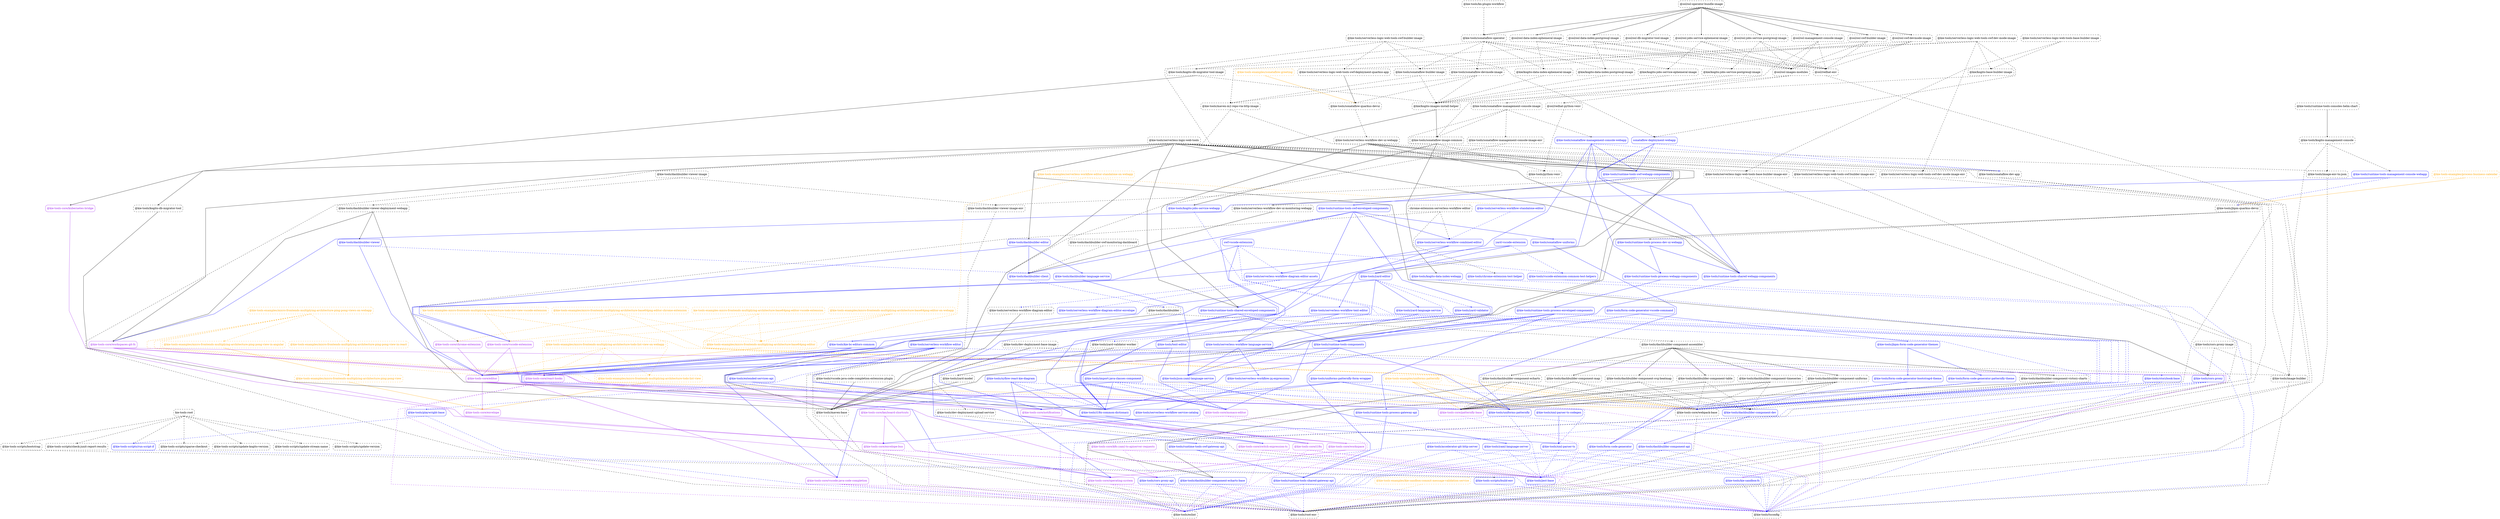
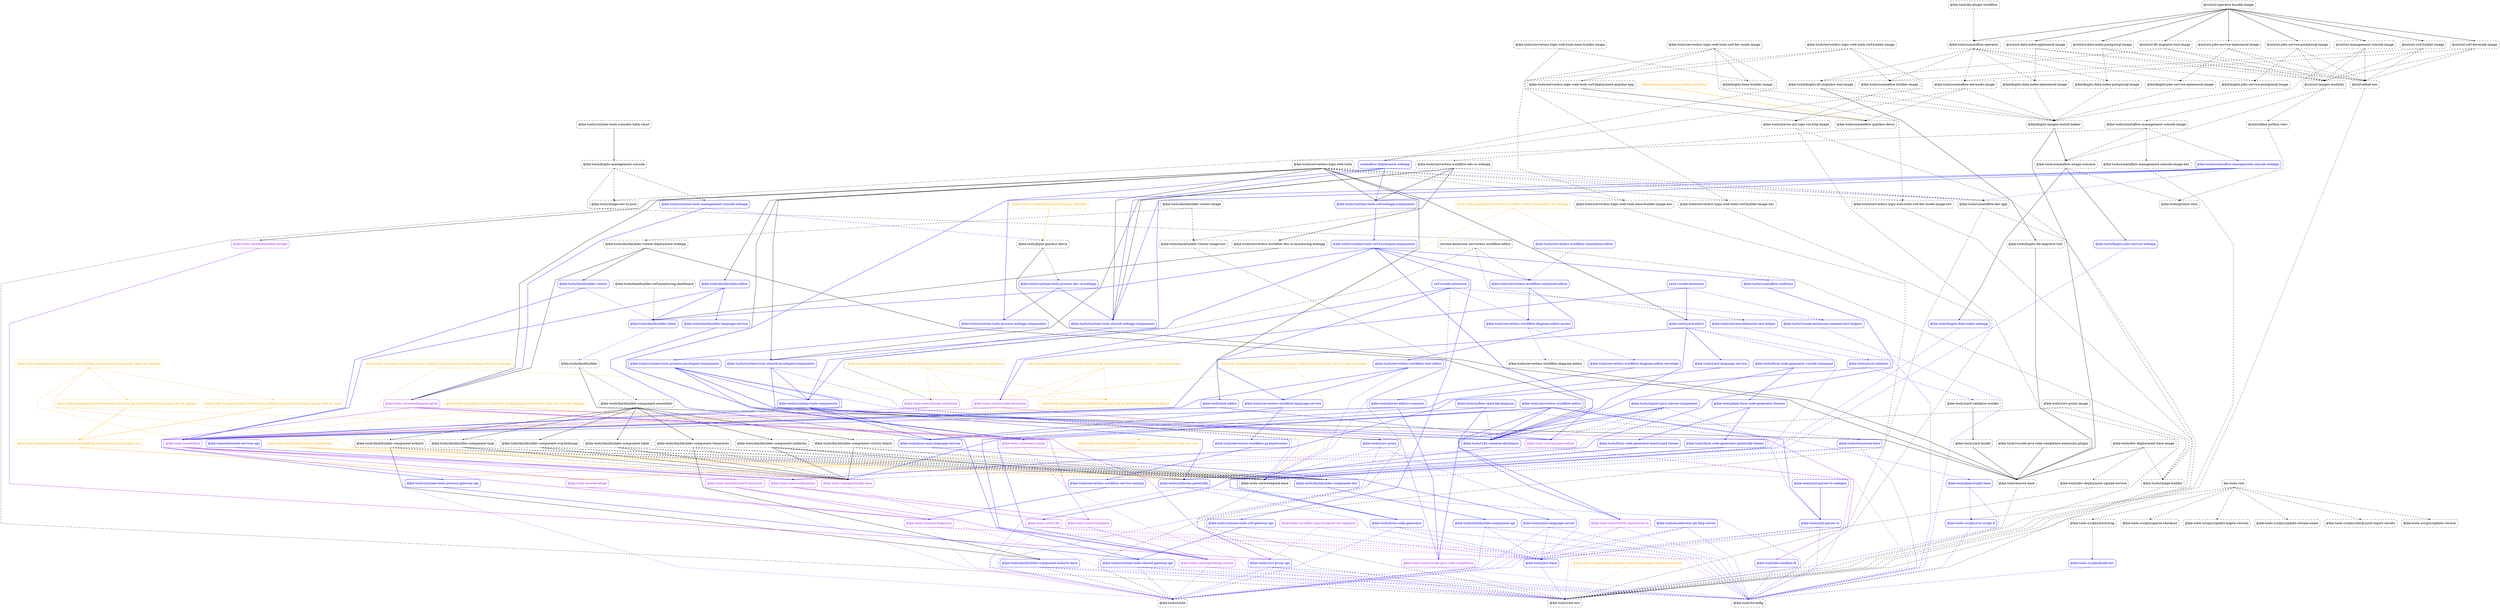
digraph G {
  graph [ ranksep =2, splines = "polyline", rankdir =TB, ordering = "out" ];
  node [ shape =box ];
  edge [ headport = "n", tailport = "s", arrowhead =dot, arrowsize =0.5 ];
  "kie-tools-root" [ color = "black", fontcolor = "black", style = "dashed, rounded" ];
  "@kie-tools-scripts/bootstrap" [ color = "black", fontcolor = "black", style = "dashed, rounded" ];
  "@kie-tools-scripts/check-junit-report-results" [ color = "black", fontcolor = "black", style = "dashed, rounded" ];
  "@kie-tools-scripts/run-script-if" [ color = "blue", fontcolor = "blue", style = "rounded" ];
  "@kie-tools-scripts/sparse-checkout" [ color = "black", fontcolor = "black", style = "dashed, rounded" ];
  "@kie-tools-scripts/update-kogito-version" [ color = "black", fontcolor = "black", style = "dashed, rounded" ];
  "@kie-tools-scripts/update-stream-name" [ color = "black", fontcolor = "black", style = "dashed, rounded" ];
  "@kie-tools-scripts/update-version" [ color = "black", fontcolor = "black", style = "dashed, rounded" ];
  "@kie-tools-examples/kie-sandbox-commit-message-validation-service" [ color = "orange", fontcolor = "orange", style = "dashed, rounded" ];
  "@kie-tools/root-env" [ color = "black", fontcolor = "black", style = "dashed, rounded" ];
  "@kie-tools-examples/micro-frontends-multiplying-architecture-base64png-editor" [ color = "orange", fontcolor = "orange", style = "dashed, rounded" ];
  "@kie-tools-core/editor" [ color = "purple", fontcolor = "purple", style = "rounded" ];
  "@kie-tools-examples/micro-frontends-multiplying-architecture-base64png-editor-chrome-extension" [ color = "orange", fontcolor = "orange", style = "dashed, rounded" ];
  "@kie-tools-core/chrome-extension" [ color = "purple", fontcolor = "purple", style = "rounded" ];
  "@kie-tools-core/webpack-base" [ color = "black", fontcolor = "black", style = "dashed, rounded" ];
  "@kie-tools-examples/micro-frontends-multiplying-architecture-base64png-editor-on-webapp" [ color = "orange", fontcolor = "orange", style = "dashed, rounded" ];
  "@kie-tools-core/react-hooks" [ color = "purple", fontcolor = "purple", style = "rounded" ];
  "kie-tools-examples-micro-frontends-multiplying-architecture-base64png-editor-vscode-extension" [ color = "orange", fontcolor = "orange", style = "dashed, rounded" ];
  "@kie-tools-core/vscode-extension" [ color = "purple", fontcolor = "purple", style = "rounded" ];
  "@kie-tools-examples/micro-frontends-multiplying-architecture-ping-pong-view" [ color = "orange", fontcolor = "orange", style = "dashed, rounded" ];
  "@kie-tools-core/envelope" [ color = "purple", fontcolor = "purple", style = "rounded" ];
  "@kie-tools-examples/micro-frontends-multiplying-architecture-ping-pong-view-in-angular" [ color = "orange", fontcolor = "orange", style = "dashed, rounded" ];
  "@kie-tools-examples/micro-frontends-multiplying-architecture-ping-pong-view-in-react" [ color = "orange", fontcolor = "orange", style = "dashed, rounded" ];
  "@kie-tools-examples/micro-frontends-multiplying-architecture-ping-pong-views-on-webapp" [ color = "orange", fontcolor = "orange", style = "dashed, rounded" ];
  "@kie-tools-examples/micro-frontends-multiplying-architecture-todo-list-view" [ color = "orange", fontcolor = "orange", style = "dashed, rounded" ];
  "@kie-tools-examples/micro-frontends-multiplying-architecture-todo-list-view-on-webapp" [ color = "orange", fontcolor = "orange", style = "dashed, rounded" ];
  "kie-tools-examples-micro-frontends-multiplying-architecture-todo-list-view-vscode-extension" [ color = "orange", fontcolor = "orange", style = "dashed, rounded" ];
  "@kie-tools-examples/process-business-calendar" [ color = "orange", fontcolor = "orange", style = "dashed, rounded" ];
  "@kie-tools/jbpm-quarkus-devui" [ color = "black", fontcolor = "black", style = "dashed, rounded" ];
  "@kie-tools-examples/serverless-workflow-editor-standalone-on-webapp" [ color = "orange", fontcolor = "orange", style = "dashed, rounded" ];
  "@kie-tools/serverless-workflow-standalone-editor" [ color = "blue", fontcolor = "blue", style = "rounded" ];
  "@kie-tools-examples/sonataflow-greeting" [ color = "orange", fontcolor = "orange", style = "dashed, rounded" ];
  "@kie-tools/sonataflow-quarkus-devui" [ color = "black", fontcolor = "black", style = "dashed, rounded" ];
  "@kie-tools-examples/uniforms-patternfly" [ color = "orange", fontcolor = "orange", style = "dashed, rounded" ];
  "@kie-tools-core/patternfly-base" [ color = "purple", fontcolor = "purple", style = "rounded" ];
  "@kie-tools/uniforms-patternfly" [ color = "blue", fontcolor = "blue", style = "rounded" ];
  "@kie-tools/accelerator-git-http-server" [ color = "blue", fontcolor = "blue", style = "rounded" ];
  "@kie-tools/eslint" [ color = "black", fontcolor = "black", style = "dashed, rounded" ];
  "@kie-tools/jest-base" [ color = "blue", fontcolor = "blue", style = "rounded" ];
  "@kie-tools/tsconfig" [ color = "black", fontcolor = "black", style = "dashed, rounded" ];
  "chrome-extension-serverless-workflow-editor" [ color = "black", fontcolor = "black", style = "dashed, rounded" ];
  "@kie-tools/chrome-extension-test-helper" [ color = "blue", fontcolor = "blue", style = "rounded" ];
  "@kie-tools/serverless-workflow-combined-editor" [ color = "blue", fontcolor = "blue", style = "rounded" ];
  "@kie-tools/cors-proxy" [ color = "blue", fontcolor = "blue", style = "rounded" ];
  "@kie-tools/cors-proxy-api" [ color = "blue", fontcolor = "blue", style = "rounded" ];
  "@kie-tools/cors-proxy-image" [ color = "black", fontcolor = "black", style = "dashed, rounded" ];
  "@kie-tools/image-builder" [ color = "black", fontcolor = "black", style = "dashed, rounded" ];
  "@kie-tools/dashbuilder" [ color = "black", fontcolor = "black", style = "dashed, rounded" ];
  "@kie-tools/maven-base" [ color = "black", fontcolor = "black", style = "dashed, rounded" ];
  "@kie-tools/dashbuilder-component-assembler" [ color = "black", fontcolor = "black", style = "dashed, rounded" ];
  "@kie-tools/dashbuilder-client" [ color = "blue", fontcolor = "blue", style = "rounded" ];
  "@kie-tools/dashbuilder-component-api" [ color = "blue", fontcolor = "blue", style = "rounded" ];
  "@kie-tools/dashbuilder-component-echarts" [ color = "black", fontcolor = "black", style = "dashed, rounded" ];
  "@kie-tools/dashbuilder-component-map" [ color = "black", fontcolor = "black", style = "dashed, rounded" ];
  "@kie-tools/dashbuilder-component-svg-heatmap" [ color = "black", fontcolor = "black", style = "dashed, rounded" ];
  "@kie-tools/dashbuilder-component-table" [ color = "black", fontcolor = "black", style = "dashed, rounded" ];
  "@kie-tools/dashbuilder-component-timeseries" [ color = "black", fontcolor = "black", style = "dashed, rounded" ];
  "@kie-tools/dashbuilder-component-uniforms" [ color = "black", fontcolor = "black", style = "dashed, rounded" ];
  "@kie-tools/dashbuilder-component-victory-charts" [ color = "black", fontcolor = "black", style = "dashed, rounded" ];
  "@kie-tools/dashbuilder-component-dev" [ color = "blue", fontcolor = "blue", style = "rounded" ];
  "@kie-tools/dashbuilder-component-echarts-base" [ color = "blue", fontcolor = "blue", style = "rounded" ];
  "@kie-tools/dashbuilder-editor" [ color = "blue", fontcolor = "blue", style = "rounded" ];
  "@kie-tools/dashbuilder-language-service" [ color = "blue", fontcolor = "blue", style = "rounded" ];
  "@kie-tools/json-yaml-language-service" [ color = "blue", fontcolor = "blue", style = "rounded" ];
  "@kie-tools/dashbuilder-swf-monitoring-dashboard" [ color = "black", fontcolor = "black", style = "dashed, rounded" ];
  "@kie-tools/dashbuilder-viewer" [ color = "blue", fontcolor = "blue", style = "rounded" ];
  "@kie-tools/dashbuilder-viewer-deployment-webapp" [ color = "black", fontcolor = "black", style = "dashed, rounded" ];
  "@kie-tools-core/workspaces-git-fs" [ color = "purple", fontcolor = "purple", style = "rounded" ];
  "@kie-tools/i18n-common-dictionary" [ color = "blue", fontcolor = "blue", style = "rounded" ];
  "@kie-tools/dashbuilder-viewer-image" [ color = "black", fontcolor = "black", style = "dashed, rounded" ];
  "@kie-tools/dashbuilder-viewer-image-env" [ color = "black", fontcolor = "black", style = "dashed, rounded" ];
  "@kie-tools/dev-deployment-base-image" [ color = "black", fontcolor = "black", style = "dashed, rounded" ];
  "@kie-tools/dev-deployment-upload-service" [ color = "black", fontcolor = "black", style = "dashed, rounded" ];
  "@kie-tools-core/keyboard-shortcuts" [ color = "purple", fontcolor = "purple", style = "rounded" ];
  "@kie-tools-core/notifications" [ color = "purple", fontcolor = "purple", style = "rounded" ];
  "@kie-tools-core/envelope-bus" [ color = "purple", fontcolor = "purple", style = "rounded" ];
  "@kie-tools/extended-services-api" [ color = "blue", fontcolor = "blue", style = "rounded" ];
  "@kie-tools/form-code-generator" [ color = "blue", fontcolor = "blue", style = "rounded" ];
  "@kie-tools/form-code-generator-bootstrap4-theme" [ color = "blue", fontcolor = "blue", style = "rounded" ];
  "@kie-tools/form-code-generator-patternfly-theme" [ color = "blue", fontcolor = "blue", style = "rounded" ];
  "@kie-tools/form-code-generator-vscode-command" [ color = "blue", fontcolor = "blue", style = "rounded" ];
  "@kie-tools/jbpm-form-code-generator-themes" [ color = "blue", fontcolor = "blue", style = "rounded" ];
  "@kie-tools-core/i18n" [ color = "purple", fontcolor = "purple", style = "rounded" ];
  "@kie-tools/image-env-to-json" [ color = "black", fontcolor = "black", style = "dashed, rounded" ];
  "@kie-tools/import-java-classes-component" [ color = "blue", fontcolor = "blue", style = "rounded" ];
  "@kie-tools-core/vscode-java-code-completion" [ color = "purple", fontcolor = "purple", style = "rounded" ];
  "@kie-tools-core/monaco-editor" [ color = "purple", fontcolor = "purple", style = "rounded" ];
  "@kie-tools/runtime-tools-process-dev-ui-webapp" [ color = "blue", fontcolor = "blue", style = "rounded" ];
  "@kie-tools/yaml-language-server" [ color = "blue", fontcolor = "blue", style = "rounded" ];
  "@kie-tools-core/k8s-yaml-to-apiserver-requests" [ color = "purple", fontcolor = "purple", style = "rounded" ];
  "@kie-tools-core/operating-system" [ color = "purple", fontcolor = "purple", style = "rounded" ];
  "@kie-tools/kie-bc-editors-common" [ color = "blue", fontcolor = "blue", style = "rounded" ];
  "@kie-tools/kie-sandbox-fs" [ color = "blue", fontcolor = "blue", style = "rounded" ];
  "@kie-tools/kn-plugin-workflow" [ color = "black", fontcolor = "black", style = "dashed, rounded" ];
  "@kie-tools/sonataflow-operator" [ color = "black", fontcolor = "black", style = "dashed, rounded" ];
  "@kie/kogito-base-builder-image" [ color = "black", fontcolor = "black", style = "dashed, rounded" ];
  "@kie/kogito-images-install-helper" [ color = "black", fontcolor = "black", style = "dashed, rounded" ];
  "@kie/kogito-data-index-ephemeral-image" [ color = "black", fontcolor = "black", style = "dashed, rounded" ];
  "@kie/kogito-data-index-postgresql-image" [ color = "black", fontcolor = "black", style = "dashed, rounded" ];
  "@kie-tools/kogito-data-index-webapp" [ color = "blue", fontcolor = "blue", style = "rounded" ];
  "@kie-tools/kogito-db-migrator-tool" [ color = "black", fontcolor = "black", style = "dashed, rounded" ];
  "@kie-tools/kogito-db-migrator-tool-image" [ color = "black", fontcolor = "black", style = "dashed, rounded" ];
  "@kie-tools/sonataflow-image-common" [ color = "black", fontcolor = "black", style = "dashed, rounded" ];
  "@kie/kogito-jobs-service-ephemeral-image" [ color = "black", fontcolor = "black", style = "dashed, rounded" ];
  "@kie/kogito-jobs-service-postgresql-image" [ color = "black", fontcolor = "black", style = "dashed, rounded" ];
  "@kie-tools/kogito-jobs-service-webapp" [ color = "blue", fontcolor = "blue", style = "rounded" ];
  "@kie-tools/kogito-management-console" [ color = "black", fontcolor = "black", style = "dashed, rounded" ];
  "@kie-tools/runtime-tools-management-console-webapp" [ color = "blue", fontcolor = "blue", style = "rounded" ];
  "@kie-tools-core/kubernetes-bridge" [ color = "purple", fontcolor = "purple", style = "rounded" ];
  "@kie-tools/maven-m2-repo-via-http-image" [ color = "black", fontcolor = "black", style = "dashed, rounded" ];
  "@kie-tools-core/workspace" [ color = "purple", fontcolor = "purple", style = "rounded" ];
  "@osl/osl-data-index-ephemeral-image" [ color = "black", fontcolor = "black", style = "dashed, rounded" ];
  "@osl/osl-images-modules" [ color = "black", fontcolor = "black", style = "dashed, rounded" ];
  "@osl/redhat-env" [ color = "black", fontcolor = "black", style = "dashed, rounded" ];
  "@osl/osl-data-index-postgresql-image" [ color = "black", fontcolor = "black", style = "dashed, rounded" ];
  "@osl/osl-db-migrator-tool-image" [ color = "black", fontcolor = "black", style = "dashed, rounded" ];
  "@osl/redhat-python-venv" [ color = "black", fontcolor = "black", style = "dashed, rounded" ];
  "@osl/osl-jobs-service-ephemeral-image" [ color = "black", fontcolor = "black", style = "dashed, rounded" ];
  "@osl/osl-jobs-service-postgresql-image" [ color = "black", fontcolor = "black", style = "dashed, rounded" ];
  "@osl/osl-management-console-image" [ color = "black", fontcolor = "black", style = "dashed, rounded" ];
  "@kie-tools/sonataflow-management-console-image" [ color = "black", fontcolor = "black", style = "dashed, rounded" ];
  "@osl/osl-operator-bundle-image" [ color = "black", fontcolor = "black", style = "dashed, rounded" ];
  "@osl/osl-swf-builder-image" [ color = "black", fontcolor = "black", style = "dashed, rounded" ];
  "@osl/osl-swf-devmode-image" [ color = "black", fontcolor = "black", style = "dashed, rounded" ];
  "@kie-tools/sonataflow-builder-image" [ color = "black", fontcolor = "black", style = "dashed, rounded" ];
  "@kie-tools/sonataflow-devmode-image" [ color = "black", fontcolor = "black", style = "dashed, rounded" ];
  "@kie-tools/playwright-base" [ color = "blue", fontcolor = "blue", style = "rounded" ];
  "@kie-tools/python-venv" [ color = "black", fontcolor = "black", style = "dashed, rounded" ];
  "@kie-tools/runtime-tools-components" [ color = "blue", fontcolor = "blue", style = "rounded" ];
  "@kie-tools/runtime-tools-shared-gateway-api" [ color = "blue", fontcolor = "blue", style = "rounded" ];
  "@kie-tools/runtime-tools-consoles-helm-chart" [ color = "black", fontcolor = "black", style = "dashed, rounded" ];
  "@kie-tools/runtime-tools-process-webapp-components" [ color = "blue", fontcolor = "blue", style = "rounded" ];
  "@kie-tools/runtime-tools-shared-webapp-components" [ color = "blue", fontcolor = "blue", style = "rounded" ];
  "@kie-tools/runtime-tools-process-enveloped-components" [ color = "blue", fontcolor = "blue", style = "rounded" ];
  "@kie-tools/runtime-tools-process-gateway-api" [ color = "blue", fontcolor = "blue", style = "rounded" ];
  "@kie-tools/runtime-tools-shared-enveloped-components" [ color = "blue", fontcolor = "blue", style = "rounded" ];
  "@kie-tools/runtime-tools-swf-enveloped-components" [ color = "blue", fontcolor = "blue", style = "rounded" ];
  "@kie-tools/runtime-tools-swf-gateway-api" [ color = "blue", fontcolor = "blue", style = "rounded" ];
  "@kie-tools/sonataflow-uniforms" [ color = "blue", fontcolor = "blue", style = "rounded" ];
  "@kie-tools/runtime-tools-swf-webapp-components" [ color = "blue", fontcolor = "blue", style = "rounded" ];
  "@kie-tools/serverless-logic-web-tools" [ color = "black", fontcolor = "black", style = "dashed, rounded" ];
  "@kie-tools/text-editor" [ color = "blue", fontcolor = "blue", style = "rounded" ];
  "@kie-tools/yard-editor" [ color = "blue", fontcolor = "blue", style = "rounded" ];
  "@kie-tools/serverless-logic-web-tools-base-builder-image-env" [ color = "black", fontcolor = "black", style = "dashed, rounded" ];
  "@kie-tools/serverless-logic-web-tools-swf-builder-image-env" [ color = "black", fontcolor = "black", style = "dashed, rounded" ];
  "@kie-tools/serverless-logic-web-tools-swf-dev-mode-image-env" [ color = "black", fontcolor = "black", style = "dashed, rounded" ];
  "@kie-tools/sonataflow-dev-app" [ color = "black", fontcolor = "black", style = "dashed, rounded" ];
  "@kie-tools/serverless-logic-web-tools-base-builder-image" [ color = "black", fontcolor = "black", style = "dashed, rounded" ];
  "@kie-tools/serverless-logic-web-tools-swf-builder-image" [ color = "black", fontcolor = "black", style = "dashed, rounded" ];
  "@kie-tools/serverless-logic-web-tools-swf-deployment-quarkus-app" [ color = "black", fontcolor = "black", style = "dashed, rounded" ];
  "sonataflow-deployment-webapp" [ color = "blue", fontcolor = "blue", style = "rounded" ];
  "@kie-tools/serverless-logic-web-tools-swf-dev-mode-image" [ color = "black", fontcolor = "black", style = "dashed, rounded" ];
  "@kie-tools/serverless-workflow-diagram-editor-assets" [ color = "blue", fontcolor = "blue", style = "rounded" ];
  "@kie-tools/serverless-workflow-text-editor" [ color = "blue", fontcolor = "blue", style = "rounded" ];
  "@kie-tools/serverless-workflow-dev-ui-monitoring-webapp" [ color = "black", fontcolor = "black", style = "dashed, rounded" ];
  "@kie-tools/serverless-workflow-dev-ui-webapp" [ color = "black", fontcolor = "black", style = "dashed, rounded" ];
  "@kie-tools/serverless-workflow-diagram-editor" [ color = "black", fontcolor = "black", style = "dashed, rounded" ];
  "@kie-tools/serverless-workflow-diagram-editor-envelope" [ color = "blue", fontcolor = "blue", style = "rounded" ];
  "@kie-tools/serverless-workflow-editor" [ color = "blue", fontcolor = "blue", style = "rounded" ];
  "@kie-tools-core/switch-expression-ts" [ color = "purple", fontcolor = "purple", style = "rounded" ];
  "@kie-tools/xml-parser-ts" [ color = "blue", fontcolor = "blue", style = "rounded" ];
  "@kie-tools/storybook-base" [ color = "blue", fontcolor = "blue", style = "rounded" ];
  "@kie-tools/serverless-workflow-jq-expressions" [ color = "blue", fontcolor = "blue", style = "rounded" ];
  "@kie-tools/serverless-workflow-service-catalog" [ color = "blue", fontcolor = "blue", style = "rounded" ];
  "@kie-tools/serverless-workflow-language-service" [ color = "blue", fontcolor = "blue", style = "rounded" ];
  "swf-vscode-extension" [ color = "blue", fontcolor = "blue", style = "rounded" ];
  "@kie-tools/vscode-extension-common-test-helpers" [ color = "blue", fontcolor = "blue", style = "rounded" ];
  "@kie-tools/sonataflow-management-console-image-env" [ color = "black", fontcolor = "black", style = "dashed, rounded" ];
  "@kie-tools/sonataflow-management-console-webapp" [ color = "blue", fontcolor = "blue", style = "rounded" ];
-   "@kie-tools/uniforms-patternfly-form-wrapper" [ color = "blue", fontcolor = "blue", style = "rounded" ];
  "@kie-tools/vscode-java-code-completion-extension-plugin" [ color = "black", fontcolor = "black", style = "dashed, rounded" ];
  "@kie-tools/xml-parser-ts-codegen" [ color = "blue", fontcolor = "blue", style = "rounded" ];
  "@kie-tools/xyflow-react-kie-diagram" [ color = "blue", fontcolor = "blue", style = "rounded" ];
  "@kie-tools/yard-language-service" [ color = "blue", fontcolor = "blue", style = "rounded" ];
  "@kie-tools/yard-validator" [ color = "blue", fontcolor = "blue", style = "rounded" ];
  "@kie-tools/yard-model" [ color = "black", fontcolor = "black", style = "dashed, rounded" ];
  "@kie-tools/yard-validator-worker" [ color = "black", fontcolor = "black", style = "dashed, rounded" ];
  "yard-vscode-extension" [ color = "blue", fontcolor = "blue", style = "rounded" ];
  "@kie-tools-scripts/build-env" [ color = "blue", fontcolor = "blue", style = "rounded" ];
  "kie-tools-root" -> "@kie-tools-scripts/bootstrap" [ style = "dashed", color = "black" ];
  "kie-tools-root" -> "@kie-tools-scripts/check-junit-report-results" [ style = "dashed", color = "black" ];
  "kie-tools-root" -> "@kie-tools-scripts/run-script-if" [ style = "dashed", color = "black" ];
  "kie-tools-root" -> "@kie-tools-scripts/sparse-checkout" [ style = "dashed", color = "black" ];
  "kie-tools-root" -> "@kie-tools-scripts/update-kogito-version" [ style = "dashed", color = "black" ];
  "kie-tools-root" -> "@kie-tools-scripts/update-stream-name" [ style = "dashed", color = "black" ];
  "kie-tools-root" -> "@kie-tools-scripts/update-version" [ style = "dashed", color = "black" ];
  "@kie-tools-examples/kie-sandbox-commit-message-validation-service" -> "@kie-tools/root-env" [ style = "dashed", color = "orange" ];
  "@kie-tools-examples/micro-frontends-multiplying-architecture-base64png-editor" -> "@kie-tools-core/editor" [ style = "solid", color = "orange" ];
  "@kie-tools-examples/micro-frontends-multiplying-architecture-base64png-editor-chrome-extension" -> "@kie-tools-core/chrome-extension" [ style = "dashed", color = "orange" ];
  "@kie-tools-examples/micro-frontends-multiplying-architecture-base64png-editor-chrome-extension" -> "@kie-tools-core/webpack-base" [ style = "dashed", color = "orange" ];
  "@kie-tools-examples/micro-frontends-multiplying-architecture-base64png-editor-chrome-extension" -> "@kie-tools-examples/micro-frontends-multiplying-architecture-base64png-editor" [ style = "dashed", color = "orange" ];
  "@kie-tools-examples/micro-frontends-multiplying-architecture-base64png-editor-on-webapp" -> "@kie-tools-core/react-hooks" [ style = "dashed", color = "orange" ];
  "@kie-tools-examples/micro-frontends-multiplying-architecture-base64png-editor-on-webapp" -> "@kie-tools-core/webpack-base" [ style = "dashed", color = "orange" ];
  "@kie-tools-examples/micro-frontends-multiplying-architecture-base64png-editor-on-webapp" -> "@kie-tools-examples/micro-frontends-multiplying-architecture-base64png-editor" [ style = "dashed", color = "orange" ];
  "kie-tools-examples-micro-frontends-multiplying-architecture-base64png-editor-vscode-extension" -> "@kie-tools-core/vscode-extension" [ style = "dashed", color = "orange" ];
  "kie-tools-examples-micro-frontends-multiplying-architecture-base64png-editor-vscode-extension" -> "@kie-tools-core/webpack-base" [ style = "dashed", color = "orange" ];
  "kie-tools-examples-micro-frontends-multiplying-architecture-base64png-editor-vscode-extension" -> "@kie-tools-examples/micro-frontends-multiplying-architecture-base64png-editor" [ style = "dashed", color = "orange" ];
  "@kie-tools-examples/micro-frontends-multiplying-architecture-ping-pong-view" -> "@kie-tools-core/envelope" [ style = "solid", color = "orange" ];
  "@kie-tools-examples/micro-frontends-multiplying-architecture-ping-pong-view-in-angular" -> "@kie-tools-examples/micro-frontends-multiplying-architecture-ping-pong-view" [ style = "solid", color = "orange" ];
  "@kie-tools-examples/micro-frontends-multiplying-architecture-ping-pong-view-in-react" -> "@kie-tools-examples/micro-frontends-multiplying-architecture-ping-pong-view" [ style = "solid", color = "orange" ];
  "@kie-tools-examples/micro-frontends-multiplying-architecture-ping-pong-views-on-webapp" -> "@kie-tools-core/editor" [ style = "dashed", color = "orange" ];
  "@kie-tools-examples/micro-frontends-multiplying-architecture-ping-pong-views-on-webapp" -> "@kie-tools-core/react-hooks" [ style = "dashed", color = "orange" ];
  "@kie-tools-examples/micro-frontends-multiplying-architecture-ping-pong-views-on-webapp" -> "@kie-tools-core/webpack-base" [ style = "dashed", color = "orange" ];
  "@kie-tools-examples/micro-frontends-multiplying-architecture-ping-pong-views-on-webapp" -> "@kie-tools-examples/micro-frontends-multiplying-architecture-ping-pong-view-in-angular" [ style = "dashed", color = "orange" ];
  "@kie-tools-examples/micro-frontends-multiplying-architecture-ping-pong-views-on-webapp" -> "@kie-tools-examples/micro-frontends-multiplying-architecture-ping-pong-view-in-react" [ style = "dashed", color = "orange" ];
  "@kie-tools-examples/micro-frontends-multiplying-architecture-todo-list-view" -> "@kie-tools-core/envelope" [ style = "solid", color = "orange" ];
  "@kie-tools-examples/micro-frontends-multiplying-architecture-todo-list-view-on-webapp" -> "@kie-tools-core/editor" [ style = "dashed", color = "orange" ];
  "@kie-tools-examples/micro-frontends-multiplying-architecture-todo-list-view-on-webapp" -> "@kie-tools-core/react-hooks" [ style = "dashed", color = "orange" ];
  "@kie-tools-examples/micro-frontends-multiplying-architecture-todo-list-view-on-webapp" -> "@kie-tools-core/webpack-base" [ style = "dashed", color = "orange" ];
  "@kie-tools-examples/micro-frontends-multiplying-architecture-todo-list-view-on-webapp" -> "@kie-tools-examples/micro-frontends-multiplying-architecture-todo-list-view" [ style = "dashed", color = "orange" ];
  "kie-tools-examples-micro-frontends-multiplying-architecture-todo-list-view-vscode-extension" -> "@kie-tools-core/vscode-extension" [ style = "dashed", color = "orange" ];
  "kie-tools-examples-micro-frontends-multiplying-architecture-todo-list-view-vscode-extension" -> "@kie-tools-core/webpack-base" [ style = "dashed", color = "orange" ];
  "kie-tools-examples-micro-frontends-multiplying-architecture-todo-list-view-vscode-extension" -> "@kie-tools-examples/micro-frontends-multiplying-architecture-todo-list-view" [ style = "dashed", color = "orange" ];
  "@kie-tools-examples/process-business-calendar" -> "@kie-tools/jbpm-quarkus-devui" [ style = "solid", color = "orange" ];
  "@kie-tools-examples/serverless-workflow-editor-standalone-on-webapp" -> "@kie-tools-core/react-hooks" [ style = "dashed", color = "orange" ];
  "@kie-tools-examples/serverless-workflow-editor-standalone-on-webapp" -> "@kie-tools/serverless-workflow-standalone-editor" [ style = "dashed", color = "orange" ];
  "@kie-tools-examples/sonataflow-greeting" -> "@kie-tools/sonataflow-quarkus-devui" [ style = "solid", color = "orange" ];
  "@kie-tools-examples/uniforms-patternfly" -> "@kie-tools-core/patternfly-base" [ style = "solid", color = "orange" ];
  "@kie-tools-examples/uniforms-patternfly" -> "@kie-tools/uniforms-patternfly" [ style = "solid", color = "orange" ];
  "@kie-tools-examples/uniforms-patternfly" -> "@kie-tools-core/webpack-base" [ style = "dashed", color = "orange" ];
  "@kie-tools/accelerator-git-http-server" -> "@kie-tools/eslint" [ style = "dashed", color = "blue" ];
  "@kie-tools/accelerator-git-http-server" -> "@kie-tools/jest-base" [ style = "dashed", color = "blue" ];
  "@kie-tools/accelerator-git-http-server" -> "@kie-tools/tsconfig" [ style = "dashed", color = "blue" ];
  "@kie-tools-core/chrome-extension" -> "@kie-tools-core/editor" [ style = "solid", color = "purple" ];
  "chrome-extension-serverless-workflow-editor" -> "@kie-tools-core/chrome-extension" [ style = "dashed", color = "black" ];
  "chrome-extension-serverless-workflow-editor" -> "@kie-tools/chrome-extension-test-helper" [ style = "dashed", color = "black" ];
  "chrome-extension-serverless-workflow-editor" -> "@kie-tools/serverless-workflow-combined-editor" [ style = "dashed", color = "black" ];
  "@kie-tools/chrome-extension-test-helper" -> "@kie-tools/tsconfig" [ style = "dashed", color = "blue" ];
  "@kie-tools/cors-proxy" -> "@kie-tools-core/webpack-base" [ style = "dashed", color = "blue" ];
  "@kie-tools/cors-proxy" -> "@kie-tools/cors-proxy-api" [ style = "dashed", color = "blue" ];
  "@kie-tools/cors-proxy" -> "@kie-tools/jest-base" [ style = "dashed", color = "blue" ];
  "@kie-tools/cors-proxy-api" -> "@kie-tools/eslint" [ style = "dashed", color = "blue" ];
  "@kie-tools/cors-proxy-api" -> "@kie-tools/root-env" [ style = "dashed", color = "blue" ];
  "@kie-tools/cors-proxy-api" -> "@kie-tools/tsconfig" [ style = "dashed", color = "blue" ];
  "@kie-tools/cors-proxy-image" -> "@kie-tools/cors-proxy" [ style = "dashed", color = "black" ];
  "@kie-tools/cors-proxy-image" -> "@kie-tools/image-builder" [ style = "dashed", color = "black" ];
  "@kie-tools/dashbuilder" -> "@kie-tools/maven-base" [ style = "solid", color = "black" ];
  "@kie-tools/dashbuilder" -> "@kie-tools/dashbuilder-component-assembler" [ style = "dashed", color = "black" ];
  "@kie-tools/dashbuilder-client" -> "@kie-tools/dashbuilder" [ style = "dashed", color = "blue" ];
  "@kie-tools/dashbuilder-component-api" -> "@kie-tools/eslint" [ style = "dashed", color = "blue" ];
  "@kie-tools/dashbuilder-component-api" -> "@kie-tools/jest-base" [ style = "dashed", color = "blue" ];
  "@kie-tools/dashbuilder-component-api" -> "@kie-tools/tsconfig" [ style = "dashed", color = "blue" ];
  "@kie-tools/dashbuilder-component-assembler" -> "@kie-tools/dashbuilder-component-echarts" [ style = "solid", color = "black" ];
  "@kie-tools/dashbuilder-component-assembler" -> "@kie-tools/dashbuilder-component-map" [ style = "solid", color = "black" ];
  "@kie-tools/dashbuilder-component-assembler" -> "@kie-tools/dashbuilder-component-svg-heatmap" [ style = "solid", color = "black" ];
  "@kie-tools/dashbuilder-component-assembler" -> "@kie-tools/dashbuilder-component-table" [ style = "solid", color = "black" ];
  "@kie-tools/dashbuilder-component-assembler" -> "@kie-tools/dashbuilder-component-timeseries" [ style = "solid", color = "black" ];
  "@kie-tools/dashbuilder-component-assembler" -> "@kie-tools/dashbuilder-component-uniforms" [ style = "solid", color = "black" ];
  "@kie-tools/dashbuilder-component-assembler" -> "@kie-tools/dashbuilder-component-victory-charts" [ style = "solid", color = "black" ];
  "@kie-tools/dashbuilder-component-dev" -> "@kie-tools/dashbuilder-component-api" [ style = "solid", color = "blue" ];
  "@kie-tools/dashbuilder-component-echarts" -> "@kie-tools/dashbuilder-component-echarts-base" [ style = "solid", color = "black" ];
  "@kie-tools/dashbuilder-component-echarts" -> "@kie-tools-core/patternfly-base" [ style = "dashed", color = "black" ];
  "@kie-tools/dashbuilder-component-echarts" -> "@kie-tools-core/webpack-base" [ style = "dashed", color = "black" ];
  "@kie-tools/dashbuilder-component-echarts" -> "@kie-tools/dashbuilder-component-dev" [ style = "dashed", color = "black" ];
  "@kie-tools/dashbuilder-component-echarts-base" -> "@kie-tools/eslint" [ style = "dashed", color = "blue" ];
  "@kie-tools/dashbuilder-component-echarts-base" -> "@kie-tools/root-env" [ style = "dashed", color = "blue" ];
  "@kie-tools/dashbuilder-component-echarts-base" -> "@kie-tools/tsconfig" [ style = "dashed", color = "blue" ];
  "@kie-tools/dashbuilder-component-map" -> "@kie-tools-core/patternfly-base" [ style = "solid", color = "black" ];
  "@kie-tools/dashbuilder-component-map" -> "@kie-tools-core/webpack-base" [ style = "dashed", color = "black" ];
  "@kie-tools/dashbuilder-component-map" -> "@kie-tools/dashbuilder-component-dev" [ style = "dashed", color = "black" ];
  "@kie-tools/dashbuilder-component-svg-heatmap" -> "@kie-tools-core/patternfly-base" [ style = "solid", color = "black" ];
  "@kie-tools/dashbuilder-component-svg-heatmap" -> "@kie-tools-core/webpack-base" [ style = "dashed", color = "black" ];
  "@kie-tools/dashbuilder-component-svg-heatmap" -> "@kie-tools/dashbuilder-component-dev" [ style = "dashed", color = "black" ];
  "@kie-tools/dashbuilder-component-table" -> "@kie-tools-core/patternfly-base" [ style = "solid", color = "black" ];
  "@kie-tools/dashbuilder-component-table" -> "@kie-tools-core/webpack-base" [ style = "dashed", color = "black" ];
  "@kie-tools/dashbuilder-component-table" -> "@kie-tools/dashbuilder-component-dev" [ style = "dashed", color = "black" ];
  "@kie-tools/dashbuilder-component-timeseries" -> "@kie-tools/dashbuilder-component-echarts-base" [ style = "solid", color = "black" ];
  "@kie-tools/dashbuilder-component-timeseries" -> "@kie-tools-core/patternfly-base" [ style = "dashed", color = "black" ];
  "@kie-tools/dashbuilder-component-timeseries" -> "@kie-tools-core/webpack-base" [ style = "dashed", color = "black" ];
  "@kie-tools/dashbuilder-component-timeseries" -> "@kie-tools/dashbuilder-component-dev" [ style = "dashed", color = "black" ];
  "@kie-tools/dashbuilder-component-uniforms" -> "@kie-tools-core/patternfly-base" [ style = "solid", color = "black" ];
  "@kie-tools/dashbuilder-component-uniforms" -> "@kie-tools/uniforms-patternfly" [ style = "solid", color = "black" ];
  "@kie-tools/dashbuilder-component-uniforms" -> "@kie-tools-core/webpack-base" [ style = "dashed", color = "black" ];
  "@kie-tools/dashbuilder-component-uniforms" -> "@kie-tools/dashbuilder-component-dev" [ style = "dashed", color = "black" ];
  "@kie-tools/dashbuilder-component-victory-charts" -> "@kie-tools-core/patternfly-base" [ style = "solid", color = "black" ];
  "@kie-tools/dashbuilder-component-victory-charts" -> "@kie-tools-core/webpack-base" [ style = "dashed", color = "black" ];
  "@kie-tools/dashbuilder-component-victory-charts" -> "@kie-tools/dashbuilder-component-dev" [ style = "dashed", color = "black" ];
  "@kie-tools/dashbuilder-editor" -> "@kie-tools-core/editor" [ style = "solid", color = "blue" ];
  "@kie-tools/dashbuilder-editor" -> "@kie-tools/dashbuilder-client" [ style = "solid", color = "blue" ];
  "@kie-tools/dashbuilder-editor" -> "@kie-tools/dashbuilder-language-service" [ style = "solid", color = "blue" ];
  "@kie-tools/dashbuilder-language-service" -> "@kie-tools/json-yaml-language-service" [ style = "solid", color = "blue" ];
  "@kie-tools/dashbuilder-swf-monitoring-dashboard" -> "@kie-tools/dashbuilder-client" [ style = "dashed", color = "black" ];
  "@kie-tools/dashbuilder-viewer" -> "@kie-tools-core/editor" [ style = "solid", color = "blue" ];
  "@kie-tools/dashbuilder-viewer" -> "@kie-tools/dashbuilder-client" [ style = "dashed", color = "blue" ];
  "@kie-tools/dashbuilder-viewer-deployment-webapp" -> "@kie-tools-core/workspaces-git-fs" [ style = "solid", color = "black" ];
  "@kie-tools/dashbuilder-viewer-deployment-webapp" -> "@kie-tools/dashbuilder-viewer" [ style = "solid", color = "black" ];
  "@kie-tools/dashbuilder-viewer-deployment-webapp" -> "@kie-tools/i18n-common-dictionary" [ style = "solid", color = "black" ];
  "@kie-tools/dashbuilder-viewer-image" -> "@kie-tools/dashbuilder-viewer-deployment-webapp" [ style = "dashed", color = "black" ];
  "@kie-tools/dashbuilder-viewer-image" -> "@kie-tools/dashbuilder-viewer-image-env" [ style = "dashed", color = "black" ];
  "@kie-tools/dashbuilder-viewer-image-env" -> "@kie-tools/root-env" [ style = "dashed", color = "black" ];
  "@kie-tools/dev-deployment-base-image" -> "@kie-tools/maven-base" [ style = "solid", color = "black" ];
  "@kie-tools/dev-deployment-base-image" -> "@kie-tools/dev-deployment-upload-service" [ style = "dashed", color = "black" ];
  "@kie-tools/dev-deployment-base-image" -> "@kie-tools/image-builder" [ style = "dashed", color = "black" ];
  "@kie-tools/dev-deployment-upload-service" -> "@kie-tools/jest-base" [ style = "dashed", color = "black" ];
  "@kie-tools-core/editor" -> "@kie-tools-core/envelope" [ style = "solid", color = "purple" ];
  "@kie-tools-core/editor" -> "@kie-tools-core/keyboard-shortcuts" [ style = "solid", color = "purple" ];
  "@kie-tools-core/editor" -> "@kie-tools-core/notifications" [ style = "solid", color = "purple" ];
  "@kie-tools-core/editor" -> "@kie-tools-core/patternfly-base" [ style = "solid", color = "purple" ];
  "@kie-tools-core/envelope" -> "@kie-tools-core/envelope-bus" [ style = "solid", color = "purple" ];
  "@kie-tools-core/envelope-bus" -> "@kie-tools/eslint" [ style = "dashed", color = "purple" ];
  "@kie-tools-core/envelope-bus" -> "@kie-tools/jest-base" [ style = "dashed", color = "purple" ];
  "@kie-tools-core/envelope-bus" -> "@kie-tools/tsconfig" [ style = "dashed", color = "purple" ];
  "@kie-tools/extended-services-api" -> "@kie-tools-core/notifications" [ style = "solid", color = "blue" ];
  "@kie-tools/form-code-generator" -> "@kie-tools/eslint" [ style = "dashed", color = "blue" ];
  "@kie-tools/form-code-generator" -> "@kie-tools/jest-base" [ style = "dashed", color = "blue" ];
  "@kie-tools/form-code-generator" -> "@kie-tools/tsconfig" [ style = "dashed", color = "blue" ];
  "@kie-tools/form-code-generator-bootstrap4-theme" -> "@kie-tools/form-code-generator" [ style = "solid", color = "blue" ];
  "@kie-tools/form-code-generator-bootstrap4-theme" -> "@kie-tools-core/webpack-base" [ style = "dashed", color = "blue" ];
  "@kie-tools/form-code-generator-patternfly-theme" -> "@kie-tools/form-code-generator" [ style = "solid", color = "blue" ];
  "@kie-tools/form-code-generator-patternfly-theme" -> "@kie-tools-core/webpack-base" [ style = "dashed", color = "blue" ];
  "@kie-tools/form-code-generator-vscode-command" -> "@kie-tools/i18n-common-dictionary" [ style = "solid", color = "blue" ];
  "@kie-tools/form-code-generator-vscode-command" -> "@kie-tools/jbpm-form-code-generator-themes" [ style = "solid", color = "blue" ];
  "@kie-tools-core/i18n" -> "@kie-tools/eslint" [ style = "dashed", color = "purple" ];
  "@kie-tools-core/i18n" -> "@kie-tools/jest-base" [ style = "dashed", color = "purple" ];
  "@kie-tools-core/i18n" -> "@kie-tools/tsconfig" [ style = "dashed", color = "purple" ];
  "@kie-tools/i18n-common-dictionary" -> "@kie-tools-core/i18n" [ style = "solid", color = "blue" ];
  "@kie-tools/image-builder" -> "@kie-tools/tsconfig" [ style = "dashed", color = "black" ];
  "@kie-tools/image-env-to-json" -> "@kie-tools/root-env" [ style = "dashed", color = "black" ];
  "@kie-tools/import-java-classes-component" -> "@kie-tools-core/vscode-java-code-completion" [ style = "solid", color = "blue" ];
  "@kie-tools/import-java-classes-component" -> "@kie-tools/i18n-common-dictionary" [ style = "solid", color = "blue" ];
  "@kie-tools/import-java-classes-component" -> "@kie-tools-core/monaco-editor" [ style = "dashed", color = "blue" ];
  "@kie-tools/import-java-classes-component" -> "@kie-tools-core/patternfly-base" [ style = "dashed", color = "blue" ];
  "@kie-tools/import-java-classes-component" -> "@kie-tools-core/webpack-base" [ style = "dashed", color = "blue" ];
  "@kie-tools/jbpm-form-code-generator-themes" -> "@kie-tools/form-code-generator-bootstrap4-theme" [ style = "solid", color = "blue" ];
  "@kie-tools/jbpm-form-code-generator-themes" -> "@kie-tools/form-code-generator-patternfly-theme" [ style = "solid", color = "blue" ];
  "@kie-tools/jbpm-quarkus-devui" -> "@kie-tools/maven-base" [ style = "solid", color = "black" ];
  "@kie-tools/jbpm-quarkus-devui" -> "@kie-tools/runtime-tools-process-dev-ui-webapp" [ style = "dashed", color = "black" ];
  "@kie-tools/jest-base" -> "@kie-tools/root-env" [ style = "dashed", color = "blue" ];
  "@kie-tools/json-yaml-language-service" -> "@kie-tools/yaml-language-server" [ style = "solid", color = "blue" ];
  "@kie-tools-core/k8s-yaml-to-apiserver-requests" -> "@kie-tools/cors-proxy-api" [ style = "dashed", color = "purple" ];
  "@kie-tools-core/k8s-yaml-to-apiserver-requests" -> "@kie-tools/jest-base" [ style = "dashed", color = "purple" ];
  "@kie-tools-core/keyboard-shortcuts" -> "@kie-tools-core/envelope-bus" [ style = "solid", color = "purple" ];
  "@kie-tools-core/keyboard-shortcuts" -> "@kie-tools-core/operating-system" [ style = "solid", color = "purple" ];
  "@kie-tools/kie-bc-editors-common" -> "@kie-tools-core/editor" [ style = "solid", color = "blue" ];
  "@kie-tools/kie-bc-editors-common" -> "@kie-tools-core/vscode-java-code-completion" [ style = "solid", color = "blue" ];
  "@kie-tools/kie-sandbox-fs" -> "@kie-tools/root-env" [ style = "dashed", color = "blue" ];
  "@kie-tools/kie-sandbox-fs" -> "@kie-tools/tsconfig" [ style = "dashed", color = "blue" ];
  "@kie-tools/kn-plugin-workflow" -> "@kie-tools/sonataflow-operator" [ style = "dashed", color = "black" ];
  "@kie/kogito-base-builder-image" -> "@kie/kogito-images-install-helper" [ style = "dashed", color = "black" ];
  "@kie/kogito-data-index-ephemeral-image" -> "@kie/kogito-images-install-helper" [ style = "dashed", color = "black" ];
  "@kie/kogito-data-index-postgresql-image" -> "@kie/kogito-images-install-helper" [ style = "dashed", color = "black" ];
  "@kie-tools/kogito-data-index-webapp" -> "@kie-tools-core/webpack-base" [ style = "dashed", color = "blue" ];
  "@kie-tools/kogito-db-migrator-tool" -> "@kie-tools/maven-base" [ style = "solid", color = "black" ];
  "@kie-tools/kogito-db-migrator-tool-image" -> "@kie-tools/kogito-db-migrator-tool" [ style = "solid", color = "black" ];
  "@kie-tools/kogito-db-migrator-tool-image" -> "@kie/kogito-images-install-helper" [ style = "dashed", color = "black" ];
  "@kie/kogito-images-install-helper" -> "@kie-tools/maven-base" [ style = "solid", color = "black" ];
  "@kie/kogito-images-install-helper" -> "@kie-tools/sonataflow-image-common" [ style = "solid", color = "black" ];
  "@kie/kogito-jobs-service-ephemeral-image" -> "@kie/kogito-images-install-helper" [ style = "dashed", color = "black" ];
  "@kie/kogito-jobs-service-postgresql-image" -> "@kie/kogito-images-install-helper" [ style = "dashed", color = "black" ];
  "@kie-tools/kogito-jobs-service-webapp" -> "@kie-tools-core/webpack-base" [ style = "dashed", color = "blue" ];
  "@kie-tools/kogito-management-console" -> "@kie-tools/image-builder" [ style = "dashed", color = "black" ];
  "@kie-tools/kogito-management-console" -> "@kie-tools/image-env-to-json" [ style = "dashed", color = "black" ];
  "@kie-tools/kogito-management-console" -> "@kie-tools/runtime-tools-management-console-webapp" [ style = "dashed", color = "black" ];
  "@kie-tools-core/kubernetes-bridge" -> "@kie-tools/cors-proxy-api" [ style = "solid", color = "purple" ];
  "@kie-tools/maven-base" -> "@kie-tools/root-env" [ style = "dashed", color = "black" ];
  "@kie-tools/maven-m2-repo-via-http-image" -> "@kie-tools/image-builder" [ style = "dashed", color = "black" ];
  "@kie-tools/maven-m2-repo-via-http-image" -> "@kie-tools/root-env" [ style = "dashed", color = "black" ];
  "@kie-tools-core/monaco-editor" -> "@kie-tools/eslint" [ style = "dashed", color = "purple" ];
  "@kie-tools-core/monaco-editor" -> "@kie-tools/root-env" [ style = "dashed", color = "purple" ];
  "@kie-tools-core/monaco-editor" -> "@kie-tools/tsconfig" [ style = "dashed", color = "purple" ];
  "@kie-tools-core/notifications" -> "@kie-tools-core/i18n" [ style = "solid", color = "purple" ];
  "@kie-tools-core/notifications" -> "@kie-tools-core/workspace" [ style = "solid", color = "purple" ];
  "@kie-tools-core/operating-system" -> "@kie-tools/eslint" [ style = "dashed", color = "purple" ];
  "@kie-tools-core/operating-system" -> "@kie-tools/root-env" [ style = "dashed", color = "purple" ];
  "@kie-tools-core/operating-system" -> "@kie-tools/tsconfig" [ style = "dashed", color = "purple" ];
  "@osl/osl-data-index-ephemeral-image" -> "@kie/kogito-data-index-ephemeral-image" [ style = "dashed", color = "black" ];
  "@osl/osl-data-index-ephemeral-image" -> "@osl/osl-images-modules" [ style = "dashed", color = "black" ];
  "@osl/osl-data-index-ephemeral-image" -> "@osl/redhat-env" [ style = "dashed", color = "black" ];
  "@osl/osl-data-index-postgresql-image" -> "@kie/kogito-data-index-postgresql-image" [ style = "dashed", color = "black" ];
  "@osl/osl-data-index-postgresql-image" -> "@osl/osl-images-modules" [ style = "dashed", color = "black" ];
  "@osl/osl-data-index-postgresql-image" -> "@osl/redhat-env" [ style = "dashed", color = "black" ];
  "@osl/osl-db-migrator-tool-image" -> "@kie-tools/kogito-db-migrator-tool-image" [ style = "dashed", color = "black" ];
  "@osl/osl-db-migrator-tool-image" -> "@osl/osl-images-modules" [ style = "dashed", color = "black" ];
  "@osl/osl-db-migrator-tool-image" -> "@osl/redhat-env" [ style = "dashed", color = "black" ];
  "@osl/osl-images-modules" -> "@kie-tools/sonataflow-image-common" [ style = "dashed", color = "black" ];
  "@osl/osl-images-modules" -> "@osl/redhat-python-venv" [ style = "dashed", color = "black" ];
  "@osl/osl-jobs-service-ephemeral-image" -> "@kie/kogito-jobs-service-ephemeral-image" [ style = "dashed", color = "black" ];
  "@osl/osl-jobs-service-ephemeral-image" -> "@osl/osl-images-modules" [ style = "dashed", color = "black" ];
  "@osl/osl-jobs-service-ephemeral-image" -> "@osl/redhat-env" [ style = "dashed", color = "black" ];
  "@osl/osl-jobs-service-postgresql-image" -> "@kie/kogito-jobs-service-postgresql-image" [ style = "dashed", color = "black" ];
  "@osl/osl-jobs-service-postgresql-image" -> "@osl/osl-images-modules" [ style = "dashed", color = "black" ];
  "@osl/osl-jobs-service-postgresql-image" -> "@osl/redhat-env" [ style = "dashed", color = "black" ];
  "@osl/osl-management-console-image" -> "@kie-tools/sonataflow-management-console-image" [ style = "dashed", color = "black" ];
  "@osl/osl-management-console-image" -> "@osl/osl-images-modules" [ style = "dashed", color = "black" ];
  "@osl/osl-management-console-image" -> "@osl/redhat-env" [ style = "dashed", color = "black" ];
  "@osl/osl-operator-bundle-image" -> "@kie-tools/sonataflow-operator" [ style = "solid", color = "black" ];
  "@osl/osl-operator-bundle-image" -> "@osl/osl-data-index-ephemeral-image" [ style = "solid", color = "black" ];
  "@osl/osl-operator-bundle-image" -> "@osl/osl-data-index-postgresql-image" [ style = "solid", color = "black" ];
  "@osl/osl-operator-bundle-image" -> "@osl/osl-db-migrator-tool-image" [ style = "solid", color = "black" ];
  "@osl/osl-operator-bundle-image" -> "@osl/osl-jobs-service-ephemeral-image" [ style = "solid", color = "black" ];
  "@osl/osl-operator-bundle-image" -> "@osl/osl-jobs-service-postgresql-image" [ style = "solid", color = "black" ];
  "@osl/osl-operator-bundle-image" -> "@osl/osl-management-console-image" [ style = "solid", color = "black" ];
  "@osl/osl-operator-bundle-image" -> "@osl/osl-swf-builder-image" [ style = "solid", color = "black" ];
  "@osl/osl-operator-bundle-image" -> "@osl/osl-swf-devmode-image" [ style = "solid", color = "black" ];
  "@osl/osl-swf-builder-image" -> "@kie-tools/sonataflow-builder-image" [ style = "dashed", color = "black" ];
  "@osl/osl-swf-builder-image" -> "@osl/osl-images-modules" [ style = "dashed", color = "black" ];
  "@osl/osl-swf-builder-image" -> "@osl/redhat-env" [ style = "dashed", color = "black" ];
  "@osl/osl-swf-devmode-image" -> "@kie-tools/sonataflow-devmode-image" [ style = "dashed", color = "black" ];
  "@osl/osl-swf-devmode-image" -> "@osl/osl-images-modules" [ style = "dashed", color = "black" ];
  "@osl/osl-swf-devmode-image" -> "@osl/redhat-env" [ style = "dashed", color = "black" ];
  "@kie-tools-core/patternfly-base" -> "@kie-tools/root-env" [ style = "dashed", color = "purple" ];
  "@kie-tools/playwright-base" -> "@kie-tools-scripts/run-script-if" [ style = "dashed", color = "blue" ];
  "@kie-tools/playwright-base" -> "@kie-tools/root-env" [ style = "dashed", color = "blue" ];
  "@kie-tools-core/react-hooks" -> "@kie-tools/eslint" [ style = "dashed", color = "purple" ];
  "@kie-tools-core/react-hooks" -> "@kie-tools/root-env" [ style = "dashed", color = "purple" ];
  "@kie-tools-core/react-hooks" -> "@kie-tools/tsconfig" [ style = "dashed", color = "purple" ];
  "@osl/redhat-env" -> "@kie-tools/root-env" [ style = "dashed", color = "black" ];
  "@osl/redhat-python-venv" -> "@kie-tools/python-venv" [ style = "dashed", color = "black" ];
  "@kie-tools/runtime-tools-components" -> "@kie-tools-core/editor" [ style = "solid", color = "blue" ];
  "@kie-tools/runtime-tools-components" -> "@kie-tools/json-yaml-language-service" [ style = "solid", color = "blue" ];
  "@kie-tools/runtime-tools-components" -> "@kie-tools/runtime-tools-shared-gateway-api" [ style = "solid", color = "blue" ];
  "@kie-tools/runtime-tools-components" -> "@kie-tools/uniforms-patternfly" [ style = "solid", color = "blue" ];
  "@kie-tools/runtime-tools-consoles-helm-chart" -> "@kie-tools/kogito-management-console" [ style = "solid", color = "black" ];
  "@kie-tools/runtime-tools-management-console-webapp" -> "@kie-tools-core/workspaces-git-fs" [ style = "solid", color = "blue" ];
  "@kie-tools/runtime-tools-management-console-webapp" -> "@kie-tools/jbpm-quarkus-devui" [ style = "dashed", color = "blue" ];
  "@kie-tools/runtime-tools-process-dev-ui-webapp" -> "@kie-tools/runtime-tools-process-webapp-components" [ style = "solid", color = "blue" ];
  "@kie-tools/runtime-tools-process-dev-ui-webapp" -> "@kie-tools/runtime-tools-shared-webapp-components" [ style = "solid", color = "blue" ];
  "@kie-tools/runtime-tools-process-enveloped-components" -> "@kie-tools-core/monaco-editor" [ style = "solid", color = "blue" ];
  "@kie-tools/runtime-tools-process-enveloped-components" -> "@kie-tools-core/react-hooks" [ style = "solid", color = "blue" ];
  "@kie-tools/runtime-tools-process-enveloped-components" -> "@kie-tools/i18n-common-dictionary" [ style = "solid", color = "blue" ];
  "@kie-tools/runtime-tools-process-enveloped-components" -> "@kie-tools/runtime-tools-components" [ style = "solid", color = "blue" ];
  "@kie-tools/runtime-tools-process-enveloped-components" -> "@kie-tools/runtime-tools-process-gateway-api" [ style = "solid", color = "blue" ];
  "@kie-tools/runtime-tools-process-enveloped-components" -> "@kie-tools-core/webpack-base" [ style = "dashed", color = "blue" ];
  "@kie-tools/runtime-tools-process-gateway-api" -> "@kie-tools/runtime-tools-shared-gateway-api" [ style = "solid", color = "blue" ];
  "@kie-tools/runtime-tools-process-webapp-components" -> "@kie-tools/runtime-tools-process-enveloped-components" [ style = "solid", color = "blue" ];
  "@kie-tools/runtime-tools-shared-enveloped-components" -> "@kie-tools-core/monaco-editor" [ style = "solid", color = "blue" ];
  "@kie-tools/runtime-tools-shared-enveloped-components" -> "@kie-tools/i18n-common-dictionary" [ style = "solid", color = "blue" ];
  "@kie-tools/runtime-tools-shared-enveloped-components" -> "@kie-tools/runtime-tools-components" [ style = "solid", color = "blue" ];
  "@kie-tools/runtime-tools-shared-enveloped-components" -> "@kie-tools-core/webpack-base" [ style = "dashed", color = "blue" ];
  "@kie-tools/runtime-tools-shared-gateway-api" -> "@kie-tools/eslint" [ style = "dashed", color = "blue" ];
  "@kie-tools/runtime-tools-shared-gateway-api" -> "@kie-tools/root-env" [ style = "dashed", color = "blue" ];
  "@kie-tools/runtime-tools-shared-gateway-api" -> "@kie-tools/tsconfig" [ style = "dashed", color = "blue" ];
  "@kie-tools/runtime-tools-shared-webapp-components" -> "@kie-tools/runtime-tools-components" [ style = "solid", color = "blue" ];
  "@kie-tools/runtime-tools-swf-enveloped-components" -> "@kie-tools-core/monaco-editor" [ style = "solid", color = "blue" ];
  "@kie-tools/runtime-tools-swf-enveloped-components" -> "@kie-tools/dashbuilder-client" [ style = "solid", color = "blue" ];
  "@kie-tools/runtime-tools-swf-enveloped-components" -> "@kie-tools/i18n-common-dictionary" [ style = "solid", color = "blue" ];
  "@kie-tools/runtime-tools-swf-enveloped-components" -> "@kie-tools/runtime-tools-components" [ style = "solid", color = "blue" ];
  "@kie-tools/runtime-tools-swf-enveloped-components" -> "@kie-tools/runtime-tools-swf-gateway-api" [ style = "solid", color = "blue" ];
  "@kie-tools/runtime-tools-swf-enveloped-components" -> "@kie-tools/serverless-workflow-combined-editor" [ style = "solid", color = "blue" ];
  "@kie-tools/runtime-tools-swf-enveloped-components" -> "@kie-tools/sonataflow-uniforms" [ style = "solid", color = "blue" ];
  "@kie-tools/runtime-tools-swf-gateway-api" -> "@kie-tools/runtime-tools-shared-gateway-api" [ style = "solid", color = "blue" ];
  "@kie-tools/runtime-tools-swf-gateway-api" -> "@kie-tools/jest-base" [ style = "dashed", color = "blue" ];
  "@kie-tools/runtime-tools-swf-webapp-components" -> "@kie-tools/runtime-tools-swf-enveloped-components" [ style = "solid", color = "blue" ];
  "@kie-tools/serverless-logic-web-tools" -> "@kie-tools-core/kubernetes-bridge" [ style = "solid", color = "black" ];
  "@kie-tools/serverless-logic-web-tools" -> "@kie-tools-core/workspaces-git-fs" [ style = "solid", color = "black" ];
  "@kie-tools/serverless-logic-web-tools" -> "@kie-tools/cors-proxy" [ style = "solid", color = "black" ];
  "@kie-tools/serverless-logic-web-tools" -> "@kie-tools/dashbuilder-editor" [ style = "solid", color = "black" ];
  "@kie-tools/serverless-logic-web-tools" -> "@kie-tools/runtime-tools-shared-enveloped-components" [ style = "solid", color = "black" ];
  "@kie-tools/serverless-logic-web-tools" -> "@kie-tools/runtime-tools-shared-webapp-components" [ style = "solid", color = "black" ];
  "@kie-tools/serverless-logic-web-tools" -> "@kie-tools/runtime-tools-swf-webapp-components" [ style = "solid", color = "black" ];
  "@kie-tools/serverless-logic-web-tools" -> "@kie-tools/text-editor" [ style = "solid", color = "black" ];
  "@kie-tools/serverless-logic-web-tools" -> "@kie-tools/yard-editor" [ style = "solid", color = "black" ];
  "@kie-tools/serverless-logic-web-tools" -> "@kie-tools/dashbuilder-viewer-image-env" [ style = "dashed", color = "black" ];
  "@kie-tools/serverless-logic-web-tools" -> "@kie-tools/serverless-logic-web-tools-base-builder-image-env" [ style = "dashed", color = "black" ];
  "@kie-tools/serverless-logic-web-tools" -> "@kie-tools/serverless-logic-web-tools-swf-builder-image-env" [ style = "dashed", color = "black" ];
  "@kie-tools/serverless-logic-web-tools" -> "@kie-tools/serverless-logic-web-tools-swf-dev-mode-image-env" [ style = "dashed", color = "black" ];
  "@kie-tools/serverless-logic-web-tools" -> "@kie-tools/sonataflow-dev-app" [ style = "dashed", color = "black" ];
  "@kie-tools/serverless-logic-web-tools-base-builder-image" -> "@kie-tools/serverless-logic-web-tools-base-builder-image-env" [ style = "dashed", color = "black" ];
  "@kie-tools/serverless-logic-web-tools-base-builder-image" -> "@kie/kogito-base-builder-image" [ style = "dashed", color = "black" ];
  "@kie-tools/serverless-logic-web-tools-base-builder-image-env" -> "@kie-tools/root-env" [ style = "dashed", color = "black" ];
  "@kie-tools/serverless-logic-web-tools-swf-builder-image" -> "@kie-tools/serverless-logic-web-tools-swf-builder-image-env" [ style = "dashed", color = "black" ];
  "@kie-tools/serverless-logic-web-tools-swf-builder-image" -> "@kie-tools/serverless-logic-web-tools-swf-deployment-quarkus-app" [ style = "dashed", color = "black" ];
  "@kie-tools/serverless-logic-web-tools-swf-builder-image" -> "@kie-tools/sonataflow-builder-image" [ style = "dashed", color = "black" ];
  "@kie-tools/serverless-logic-web-tools-swf-builder-image" -> "sonataflow-deployment-webapp" [ style = "dashed", color = "black" ];
  "@kie-tools/serverless-logic-web-tools-swf-builder-image-env" -> "@kie-tools/root-env" [ style = "dashed", color = "black" ];
  "@kie-tools/serverless-logic-web-tools-swf-deployment-quarkus-app" -> "@kie-tools/sonataflow-quarkus-devui" [ style = "solid", color = "black" ];
  "@kie-tools/serverless-logic-web-tools-swf-dev-mode-image" -> "@kie-tools/maven-m2-repo-via-http-image" [ style = "dashed", color = "black" ];
  "@kie-tools/serverless-logic-web-tools-swf-dev-mode-image" -> "@kie-tools/serverless-logic-web-tools-swf-deployment-quarkus-app" [ style = "dashed", color = "black" ];
  "@kie-tools/serverless-logic-web-tools-swf-dev-mode-image" -> "@kie-tools/serverless-logic-web-tools-swf-dev-mode-image-env" [ style = "dashed", color = "black" ];
  "@kie-tools/serverless-logic-web-tools-swf-dev-mode-image" -> "@kie/kogito-base-builder-image" [ style = "dashed", color = "black" ];
  "@kie-tools/serverless-logic-web-tools-swf-dev-mode-image" -> "sonataflow-deployment-webapp" [ style = "dashed", color = "black" ];
  "@kie-tools/serverless-logic-web-tools-swf-dev-mode-image-env" -> "@kie-tools/root-env" [ style = "dashed", color = "black" ];
  "@kie-tools/serverless-workflow-combined-editor" -> "@kie-tools/serverless-workflow-diagram-editor-assets" [ style = "solid", color = "blue" ];
  "@kie-tools/serverless-workflow-combined-editor" -> "@kie-tools/serverless-workflow-text-editor" [ style = "solid", color = "blue" ];
  "@kie-tools/serverless-workflow-dev-ui-monitoring-webapp" -> "@kie-tools/dashbuilder-client" [ style = "solid", color = "black" ];
  "@kie-tools/serverless-workflow-dev-ui-webapp" -> "@kie-tools/runtime-tools-shared-enveloped-components" [ style = "solid", color = "black" ];
  "@kie-tools/serverless-workflow-dev-ui-webapp" -> "@kie-tools/runtime-tools-shared-webapp-components" [ style = "solid", color = "black" ];
  "@kie-tools/serverless-workflow-dev-ui-webapp" -> "@kie-tools/runtime-tools-swf-webapp-components" [ style = "solid", color = "black" ];
  "@kie-tools/serverless-workflow-dev-ui-webapp" -> "@kie-tools/serverless-workflow-dev-ui-monitoring-webapp" [ style = "solid", color = "black" ];
  "@kie-tools/serverless-workflow-dev-ui-webapp" -> "@kie-tools/sonataflow-dev-app" [ style = "dashed", color = "black" ];
  "@kie-tools/serverless-workflow-diagram-editor" -> "@kie-tools/maven-base" [ style = "solid", color = "black" ];
  "@kie-tools/serverless-workflow-diagram-editor-assets" -> "@kie-tools/serverless-workflow-diagram-editor" [ style = "dashed", color = "blue" ];
  "@kie-tools/serverless-workflow-diagram-editor-assets" -> "@kie-tools/serverless-workflow-diagram-editor-envelope" [ style = "dashed", color = "blue" ];
  "@kie-tools/serverless-workflow-diagram-editor-envelope" -> "@kie-tools/kie-bc-editors-common" [ style = "solid", color = "blue" ];
  "@kie-tools/serverless-workflow-editor" -> "@kie-tools-core/operating-system" [ style = "solid", color = "blue" ];
  "@kie-tools/serverless-workflow-editor" -> "@kie-tools-core/patternfly-base" [ style = "solid", color = "blue" ];
  "@kie-tools/serverless-workflow-editor" -> "@kie-tools-core/react-hooks" [ style = "solid", color = "blue" ];
  "@kie-tools/serverless-workflow-editor" -> "@kie-tools-core/switch-expression-ts" [ style = "solid", color = "blue" ];
  "@kie-tools/serverless-workflow-editor" -> "@kie-tools/i18n-common-dictionary" [ style = "solid", color = "blue" ];
  "@kie-tools/serverless-workflow-editor" -> "@kie-tools/xml-parser-ts" [ style = "solid", color = "blue" ];
  "@kie-tools/serverless-workflow-editor" -> "@kie-tools/playwright-base" [ style = "dashed", color = "blue" ];
  "@kie-tools/serverless-workflow-editor" -> "@kie-tools/storybook-base" [ style = "dashed", color = "blue" ];
  "@kie-tools/serverless-workflow-jq-expressions" -> "@kie-tools/serverless-workflow-service-catalog" [ style = "solid", color = "blue" ];
  "@kie-tools/serverless-workflow-language-service" -> "@kie-tools/json-yaml-language-service" [ style = "solid", color = "blue" ];
  "@kie-tools/serverless-workflow-language-service" -> "@kie-tools/serverless-workflow-jq-expressions" [ style = "solid", color = "blue" ];
  "@kie-tools/serverless-workflow-service-catalog" -> "@kie-tools-core/envelope-bus" [ style = "solid", color = "blue" ];
  "@kie-tools/serverless-workflow-standalone-editor" -> "@kie-tools/serverless-workflow-combined-editor" [ style = "dashed", color = "blue" ];
  "@kie-tools/serverless-workflow-text-editor" -> "@kie-tools-core/editor" [ style = "solid", color = "blue" ];
  "@kie-tools/serverless-workflow-text-editor" -> "@kie-tools/serverless-workflow-language-service" [ style = "solid", color = "blue" ];
  "@kie-tools/serverless-workflow-text-editor" -> "@kie-tools-core/webpack-base" [ style = "dashed", color = "blue" ];
  "swf-vscode-extension" -> "@kie-tools-core/vscode-extension" [ style = "solid", color = "blue" ];
  "swf-vscode-extension" -> "@kie-tools/serverless-workflow-language-service" [ style = "solid", color = "blue" ];
  "swf-vscode-extension" -> "@kie-tools-core/webpack-base" [ style = "dashed", color = "blue" ];
  "swf-vscode-extension" -> "@kie-tools/serverless-workflow-diagram-editor-assets" [ style = "dashed", color = "blue" ];
  "swf-vscode-extension" -> "@kie-tools/vscode-extension-common-test-helpers" [ style = "dashed", color = "blue" ];
  "@kie-tools/sonataflow-builder-image" -> "@kie-tools/maven-m2-repo-via-http-image" [ style = "dashed", color = "black" ];
  "@kie-tools/sonataflow-builder-image" -> "@kie/kogito-images-install-helper" [ style = "dashed", color = "black" ];
  "sonataflow-deployment-webapp" -> "@kie-tools-core/react-hooks" [ style = "solid", color = "blue" ];
  "sonataflow-deployment-webapp" -> "@kie-tools/runtime-tools-shared-webapp-components" [ style = "solid", color = "blue" ];
  "sonataflow-deployment-webapp" -> "@kie-tools/runtime-tools-swf-webapp-components" [ style = "solid", color = "blue" ];
  "sonataflow-deployment-webapp" -> "@kie-tools/sonataflow-dev-app" [ style = "dashed", color = "blue" ];
  "@kie-tools/sonataflow-dev-app" -> "@kie-tools/eslint" [ style = "dashed", color = "black" ];
  "@kie-tools/sonataflow-dev-app" -> "@kie-tools/root-env" [ style = "dashed", color = "black" ];
  "@kie-tools/sonataflow-devmode-image" -> "@kie-tools/maven-m2-repo-via-http-image" [ style = "dashed", color = "black" ];
  "@kie-tools/sonataflow-devmode-image" -> "@kie-tools/sonataflow-quarkus-devui" [ style = "dashed", color = "black" ];
  "@kie-tools/sonataflow-devmode-image" -> "@kie/kogito-images-install-helper" [ style = "dashed", color = "black" ];
  "@kie-tools/sonataflow-image-common" -> "@kie-tools/kogito-data-index-webapp" [ style = "solid", color = "black" ];
  "@kie-tools/sonataflow-image-common" -> "@kie-tools/kogito-jobs-service-webapp" [ style = "solid", color = "black" ];
  "@kie-tools/sonataflow-image-common" -> "@kie-tools/python-venv" [ style = "dashed", color = "black" ];
  "@kie-tools/sonataflow-management-console-image" -> "@kie-tools/image-env-to-json" [ style = "dashed", color = "black" ];
  "@kie-tools/sonataflow-management-console-image" -> "@kie-tools/sonataflow-image-common" [ style = "dashed", color = "black" ];
  "@kie-tools/sonataflow-management-console-image" -> "@kie-tools/sonataflow-management-console-image-env" [ style = "dashed", color = "black" ];
  "@kie-tools/sonataflow-management-console-image" -> "@kie-tools/sonataflow-management-console-webapp" [ style = "dashed", color = "black" ];
  "@kie-tools/sonataflow-management-console-image-env" -> "@kie-tools/root-env" [ style = "dashed", color = "black" ];
  "@kie-tools/sonataflow-management-console-webapp" -> "@kie-tools/runtime-tools-process-webapp-components" [ style = "solid", color = "blue" ];
  "@kie-tools/sonataflow-management-console-webapp" -> "@kie-tools/runtime-tools-shared-enveloped-components" [ style = "solid", color = "blue" ];
  "@kie-tools/sonataflow-management-console-webapp" -> "@kie-tools/runtime-tools-shared-webapp-components" [ style = "solid", color = "blue" ];
  "@kie-tools/sonataflow-management-console-webapp" -> "@kie-tools/runtime-tools-swf-webapp-components" [ style = "solid", color = "blue" ];
  "@kie-tools/sonataflow-management-console-webapp" -> "@kie-tools/sonataflow-dev-app" [ style = "dashed", color = "blue" ];
  "@kie-tools/sonataflow-operator" -> "@kie-tools/kogito-db-migrator-tool-image" [ style = "dashed", color = "black" ];
  "@kie-tools/sonataflow-operator" -> "@kie-tools/sonataflow-builder-image" [ style = "dashed", color = "black" ];
  "@kie-tools/sonataflow-operator" -> "@kie-tools/sonataflow-devmode-image" [ style = "dashed", color = "black" ];
  "@kie-tools/sonataflow-operator" -> "@kie/kogito-data-index-ephemeral-image" [ style = "dashed", color = "black" ];
  "@kie-tools/sonataflow-operator" -> "@kie/kogito-data-index-postgresql-image" [ style = "dashed", color = "black" ];
  "@kie-tools/sonataflow-operator" -> "@kie/kogito-jobs-service-ephemeral-image" [ style = "dashed", color = "black" ];
  "@kie-tools/sonataflow-operator" -> "@kie/kogito-jobs-service-postgresql-image" [ style = "dashed", color = "black" ];
  "@kie-tools/sonataflow-quarkus-devui" -> "@kie-tools/serverless-workflow-dev-ui-webapp" [ style = "dashed", color = "black" ];
  "@kie-tools/sonataflow-uniforms" -> "@kie-tools/uniforms-patternfly" [ style = "solid", color = "blue" ];
  "@kie-tools/storybook-base" -> "@kie-tools-core/webpack-base" [ style = "dashed", color = "blue" ];
  "@kie-tools/storybook-base" -> "@kie-tools/eslint" [ style = "dashed", color = "blue" ];
  "@kie-tools/storybook-base" -> "@kie-tools/tsconfig" [ style = "dashed", color = "blue" ];
  "@kie-tools-core/switch-expression-ts" -> "@kie-tools/eslint" [ style = "dashed", color = "purple" ];
  "@kie-tools-core/switch-expression-ts" -> "@kie-tools/jest-base" [ style = "dashed", color = "purple" ];
  "@kie-tools-core/switch-expression-ts" -> "@kie-tools/tsconfig" [ style = "dashed", color = "purple" ];
  "@kie-tools/text-editor" -> "@kie-tools-core/editor" [ style = "solid", color = "blue" ];
  "@kie-tools/text-editor" -> "@kie-tools-core/monaco-editor" [ style = "solid", color = "blue" ];
  "@kie-tools/uniforms-patternfly" -> "@kie-tools/eslint" [ style = "dashed", color = "blue" ];
  "@kie-tools/uniforms-patternfly" -> "@kie-tools/jest-base" [ style = "dashed", color = "blue" ];
  "@kie-tools/uniforms-patternfly" -> "@kie-tools/tsconfig" [ style = "dashed", color = "blue" ];
-   "@kie-tools/uniforms-patternfly-form-wrapper" -> "@kie-tools-core/notifications" [ style = "solid", color = "blue" ];
-   "@kie-tools/uniforms-patternfly-form-wrapper" -> "@kie-tools/i18n-common-dictionary" [ style = "solid", color = "blue" ];
-   "@kie-tools/uniforms-patternfly-form-wrapper" -> "@kie-tools/uniforms-patternfly" [ style = "solid", color = "blue" ];
-   "@kie-tools/uniforms-patternfly-form-wrapper" -> "@kie-tools-core/webpack-base" [ style = "dashed", color = "blue" ];
  "@kie-tools-core/vscode-extension" -> "@kie-tools-core/editor" [ style = "solid", color = "purple" ];
  "@kie-tools-core/vscode-extension" -> "@kie-tools-core/vscode-java-code-completion" [ style = "solid", color = "purple" ];
  "@kie-tools/vscode-extension-common-test-helpers" -> "@kie-tools/tsconfig" [ style = "dashed", color = "blue" ];
  "@kie-tools-core/vscode-java-code-completion" -> "@kie-tools/eslint" [ style = "dashed", color = "purple" ];
  "@kie-tools-core/vscode-java-code-completion" -> "@kie-tools/root-env" [ style = "dashed", color = "purple" ];
  "@kie-tools-core/vscode-java-code-completion" -> "@kie-tools/tsconfig" [ style = "dashed", color = "purple" ];
  "@kie-tools/vscode-java-code-completion-extension-plugin" -> "@kie-tools/maven-base" [ style = "solid", color = "black" ];
  "@kie-tools-core/webpack-base" -> "@kie-tools/root-env" [ style = "dashed", color = "black" ];
  "@kie-tools-core/workspace" -> "@kie-tools-core/operating-system" [ style = "solid", color = "purple" ];
  "@kie-tools-core/workspaces-git-fs" -> "@kie-tools-core/envelope-bus" [ style = "solid", color = "purple" ];
  "@kie-tools-core/workspaces-git-fs" -> "@kie-tools-core/react-hooks" [ style = "solid", color = "purple" ];
  "@kie-tools-core/workspaces-git-fs" -> "@kie-tools-core/workspace" [ style = "solid", color = "purple" ];
  "@kie-tools-core/workspaces-git-fs" -> "@kie-tools/cors-proxy-api" [ style = "solid", color = "purple" ];
  "@kie-tools-core/workspaces-git-fs" -> "@kie-tools/kie-sandbox-fs" [ style = "solid", color = "purple" ];
  "@kie-tools/xml-parser-ts" -> "@kie-tools/eslint" [ style = "dashed", color = "blue" ];
  "@kie-tools/xml-parser-ts" -> "@kie-tools/jest-base" [ style = "dashed", color = "blue" ];
  "@kie-tools/xml-parser-ts" -> "@kie-tools/tsconfig" [ style = "dashed", color = "blue" ];
  "@kie-tools/xml-parser-ts-codegen" -> "@kie-tools/xml-parser-ts" [ style = "solid", color = "blue" ];
  "@kie-tools/xyflow-react-kie-diagram" -> "@kie-tools-core/operating-system" [ style = "solid", color = "blue" ];
  "@kie-tools/xyflow-react-kie-diagram" -> "@kie-tools-core/switch-expression-ts" [ style = "solid", color = "blue" ];
  "@kie-tools/xyflow-react-kie-diagram" -> "@kie-tools/i18n-common-dictionary" [ style = "dashed", color = "blue" ];
  "@kie-tools/xyflow-react-kie-diagram" -> "@kie-tools/xml-parser-ts" [ style = "dashed", color = "blue" ];
  "@kie-tools/yaml-language-server" -> "@kie-tools/eslint" [ style = "dashed", color = "blue" ];
  "@kie-tools/yaml-language-server" -> "@kie-tools/jest-base" [ style = "dashed", color = "blue" ];
  "@kie-tools/yaml-language-server" -> "@kie-tools/tsconfig" [ style = "dashed", color = "blue" ];
  "@kie-tools/yard-editor" -> "@kie-tools-core/editor" [ style = "solid", color = "blue" ];
  "@kie-tools/yard-editor" -> "@kie-tools/i18n-common-dictionary" [ style = "solid", color = "blue" ];
  "@kie-tools/yard-editor" -> "@kie-tools/yard-language-service" [ style = "solid", color = "blue" ];
  "@kie-tools/yard-editor" -> "@kie-tools-core/webpack-base" [ style = "dashed", color = "blue" ];
  "@kie-tools/yard-editor" -> "@kie-tools/yard-validator" [ style = "dashed", color = "blue" ];
  "@kie-tools/yard-language-service" -> "@kie-tools/json-yaml-language-service" [ style = "solid", color = "blue" ];
  "@kie-tools/yard-model" -> "@kie-tools/maven-base" [ style = "solid", color = "black" ];
  "@kie-tools/yard-validator" -> "@kie-tools-core/notifications" [ style = "solid", color = "blue" ];
  "@kie-tools/yard-validator" -> "@kie-tools/yard-validator-worker" [ style = "dashed", color = "blue" ];
  "@kie-tools/yard-validator-worker" -> "@kie-tools/yard-model" [ style = "solid", color = "black" ];
  "yard-vscode-extension" -> "@kie-tools-core/vscode-extension" [ style = "solid", color = "blue" ];
  "yard-vscode-extension" -> "@kie-tools/yard-editor" [ style = "solid", color = "blue" ];
  "yard-vscode-extension" -> "@kie-tools/vscode-extension-common-test-helpers" [ style = "dashed", color = "blue" ];
  "@kie-tools-scripts/bootstrap" -> "@kie-tools-scripts/build-env" [ style = "dashed", color = "black" ];
  "@kie-tools-scripts/build-env" -> "@kie-tools/tsconfig" [ style = "dashed", color = "blue" ];
  "@kie-tools-scripts/run-script-if" -> "@kie-tools/tsconfig" [ style = "dashed", color = "blue" ];
}
